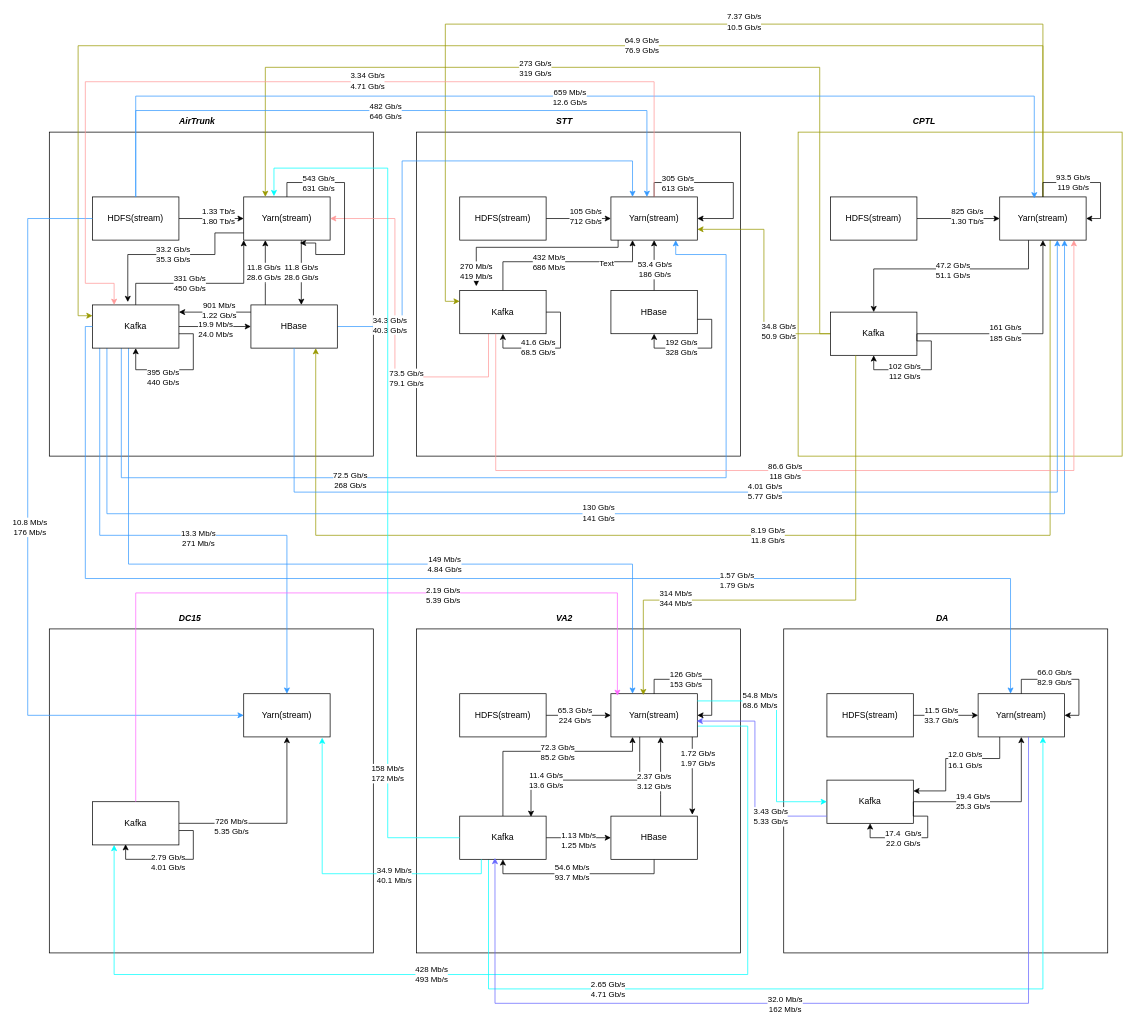
This is module_high_provilige_traffic.drawio from pretendhigh/diagrams, a draw.io file, before an edit. Source tidied: cells renumbered, new cells numbered last; positions are measured from the earlier drawing's top-left corner, leaving out a move shared by most shapes. Both pictures are drawn from the tidied source at 72%, with x=0, y=0 at pixel (27, 24).
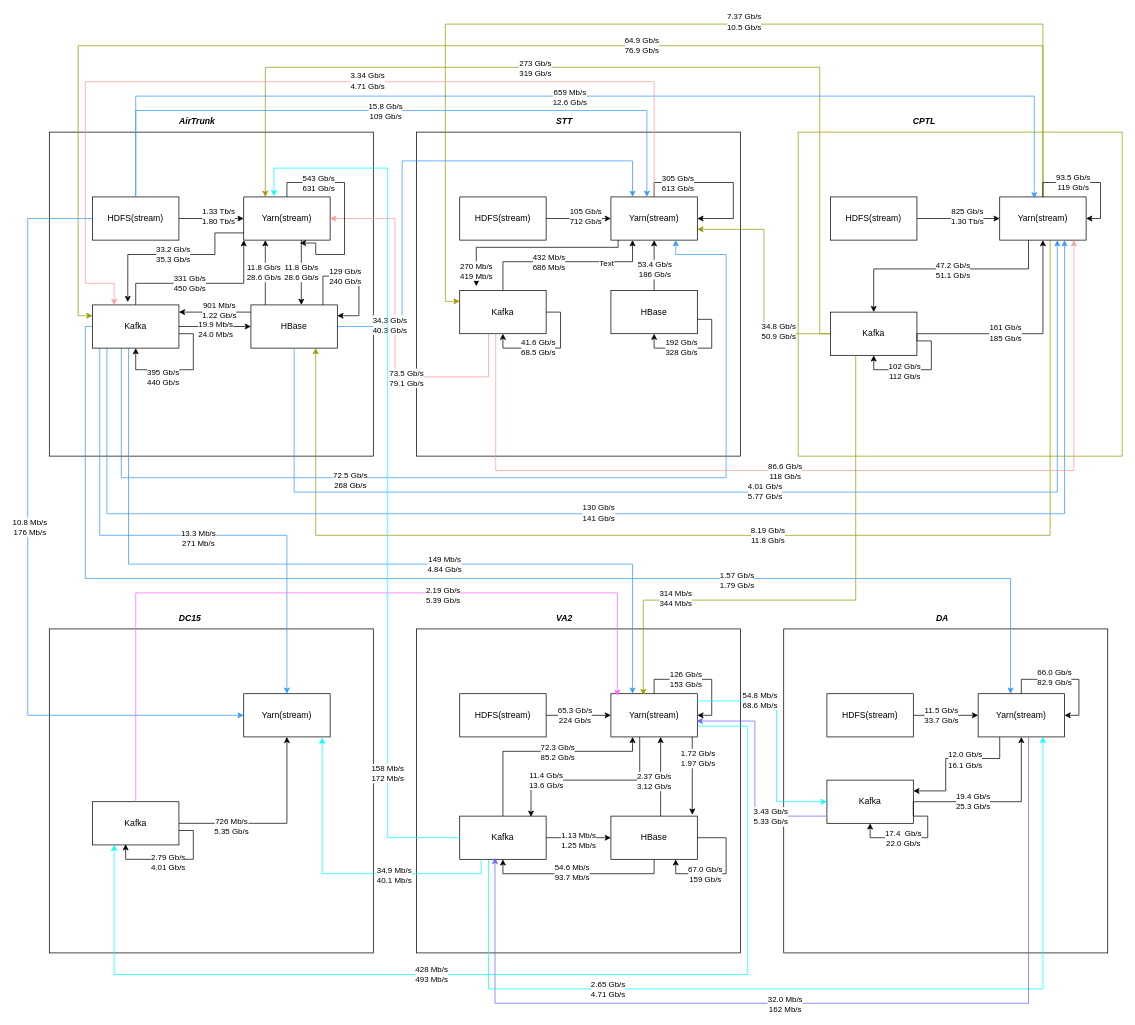
After the change.

The change refers to these unchanged cells:
```xml
<mxCell id="99" value="HBase" style="rounded=0;whiteSpace=wrap;html=1;" parent="1" vertex="1">
  <mxGeometry x="310" y="390" width="120" height="60" as="geometry" />
</mxCell>
<mxCell id="107" value="HBase" style="rounded=0;whiteSpace=wrap;html=1;" parent="1" vertex="1">
  <mxGeometry x="810" y="1100" width="120" height="60" as="geometry" />
</mxCell>
<mxCell id="131" style="edgeStyle=orthogonalEdgeStyle;rounded=0;jettySize=auto;html=1;strokeColor=#3399FF;" parent="1" edge="1" source="6">
  <mxGeometry relative="1" as="geometry">
    <mxPoint x="860" y="240" as="targetPoint" />
    <Array as="points">
      <mxPoint x="150" y="120" />
      <mxPoint x="860" y="120" />
    </Array>
  </mxGeometry>
</mxCell>
```

What changed in the source:
```diff
@@
-    <mxCell id="132" value="482 Gb/s&lt;div&gt;646 Gb/s&lt;/div&gt;" style="edgeLabel;html=1;align=center;verticalAlign=middle;" parent="131" vertex="1">
+    <mxCell id="132" value="15.8 Gb/s&lt;div&gt;109 Gb/s&lt;/div&gt;" style="edgeLabel;html=1;align=center;verticalAlign=middle;" parent="131" vertex="1">
       <mxGeometry x="-0.02" relative="1" as="geometry" />
     </mxCell>
@@
+    <mxCell id="159" style="edgeStyle=orthogonalEdgeStyle;rounded=0;orthogonalLoop=1;jettySize=auto;html=1;entryX=1;entryY=0.25;entryDx=0;entryDy=0;" parent="1" edge="1" source="99" target="99">
+      <mxGeometry relative="1" as="geometry">
+        <Array as="points">
+          <mxPoint x="410" y="350" />
+          <mxPoint x="460" y="350" />
+          <mxPoint x="460" y="405" />
+        </Array>
+      </mxGeometry>
+    </mxCell>
+    <mxCell id="160" value="129 Gb/s&lt;div&gt;240 Gb/s&lt;/div&gt;" style="edgeLabel;html=1;align=center;verticalAlign=middle;" parent="159" vertex="1">
+      <mxGeometry x="-0.2" y="1" relative="1" as="geometry" />
+    </mxCell>
+    <mxCell id="161" style="edgeStyle=orthogonalEdgeStyle;rounded=0;orthogonalLoop=1;jettySize=auto;html=1;entryX=0.75;entryY=1;entryDx=0;entryDy=0;exitX=1;exitY=0.5;exitDx=0;exitDy=0;" parent="1" edge="1" source="107" target="107">
+      <mxGeometry relative="1" as="geometry">
+        <Array as="points">
+          <mxPoint x="970" y="1130" />
+          <mxPoint x="970" y="1180" />
+          <mxPoint x="900" y="1180" />
+        </Array>
+      </mxGeometry>
+    </mxCell>
+    <mxCell id="162" value="67.0 Gb/s&lt;div&gt;159 Gb/s&lt;/div&gt;" style="edgeLabel;html=1;align=center;verticalAlign=middle;" parent="161" vertex="1">
+      <mxGeometry x="0.27" relative="1" as="geometry">
+        <mxPoint x="-6" as="offset" />
+      </mxGeometry>
+    </mxCell>
```
